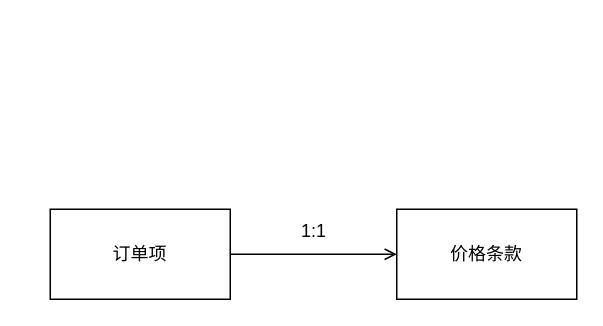
Above: page "Page-7" (7 of 7) of 业务建模.drawio in lokiworks/drawio (draw.io), before the change. Source tidied: cells renumbered, new cells numbered last; positions are measured from the earlier drawing's top-left corner, leaving out a move shared by most shapes. Both pictures are drawn from the tidied source at 150%, with x=0, y=0 at pixel (50, 208).
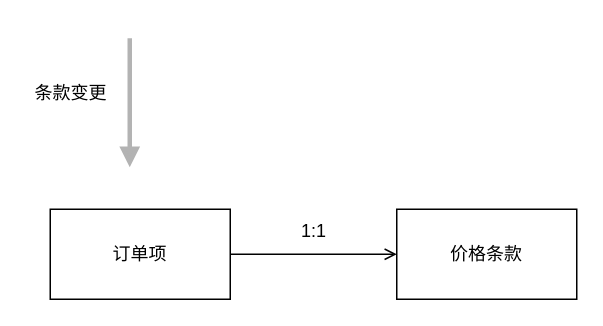
Above is the later version.

Change to the diagram source:
```diff
@@
 <mxGraphModel>
   <root>
     <mxCell id="0" />
     <mxCell id="1" parent="0" />
     <mxCell id="2" style="edgeStyle=orthogonalEdgeStyle;rounded=0;jettySize=auto;html=1;exitX=1;exitY=0.5;exitDx=0;exitDy=0;endArrow=open;endFill=0;" parent="1" edge="1" source="3" target="4">
       <mxGeometry relative="1" as="geometry" />
     </mxCell>
     <mxCell id="3" value="订单项" style="rounded=0;whiteSpace=wrap;html=1;" parent="1" vertex="1">
       <mxGeometry width="120" height="60" as="geometry" />
     </mxCell>
     <mxCell id="4" value="价格条款" style="rounded=0;whiteSpace=wrap;html=1;" parent="1" vertex="1">
       <mxGeometry x="231" width="120" height="60" as="geometry" />
     </mxCell>
     <mxCell id="5" value="1:1" style="text;html=1;strokeColor=none;fillColor=none;align=center;verticalAlign=middle;whiteSpace=wrap;rounded=0;" parent="1" vertex="1">
       <mxGeometry x="146" width="60" height="30" as="geometry" />
     </mxCell>
+    <mxCell id="6" style="edgeStyle=orthogonalEdgeStyle;rounded=0;orthogonalLoop=1;jettySize=auto;html=1;exitX=0.25;exitY=1;exitDx=0;exitDy=0;entryX=0.25;entryY=0;entryDx=0;entryDy=0;strokeWidth=3;endArrow=block;endFill=1;strokeColor=#B3B3B3;" parent="1" edge="1">
+      <mxGeometry relative="1" as="geometry">
+        <mxPoint x="53" y="-114" as="sourcePoint" />
+        <mxPoint x="53" y="-28" as="targetPoint" />
+      </mxGeometry>
+    </mxCell>
+    <mxCell id="7" value="条款变更" style="text;html=1;strokeColor=none;fillColor=none;align=center;verticalAlign=middle;whiteSpace=wrap;rounded=0;" parent="1" vertex="1">
+      <mxGeometry x="-16" y="-92" width="60" height="30" as="geometry" />
+    </mxCell>
   </root>
 </mxGraphModel>
```
